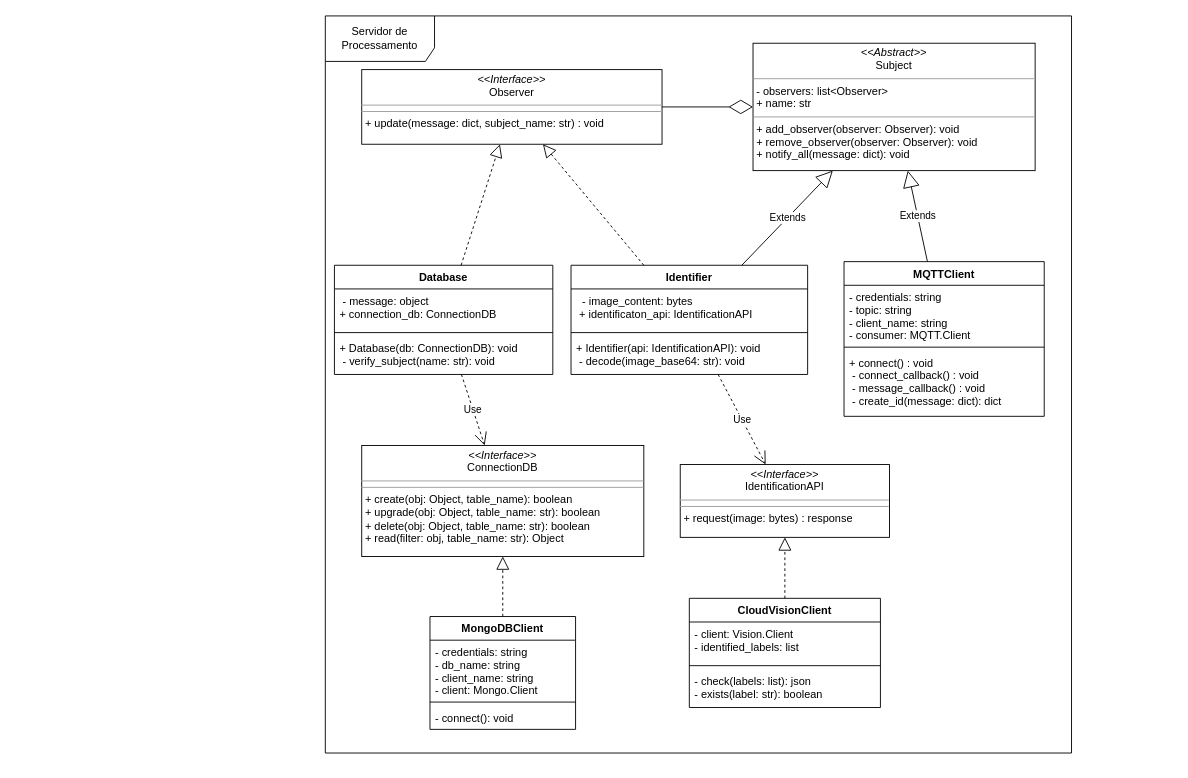
Above: schemas/processing-server-class-diagram.drawio in Smart-AniMon/docs (draw.io), before the change. Source tidied: cells renumbered, new cells numbered last; positions are measured from the earlier drawing's top-left corner, leaving out a move shared by most shapes. Both pictures are drawn from the tidied source at 91%, with x=0, y=0 at pixel (325, 15).
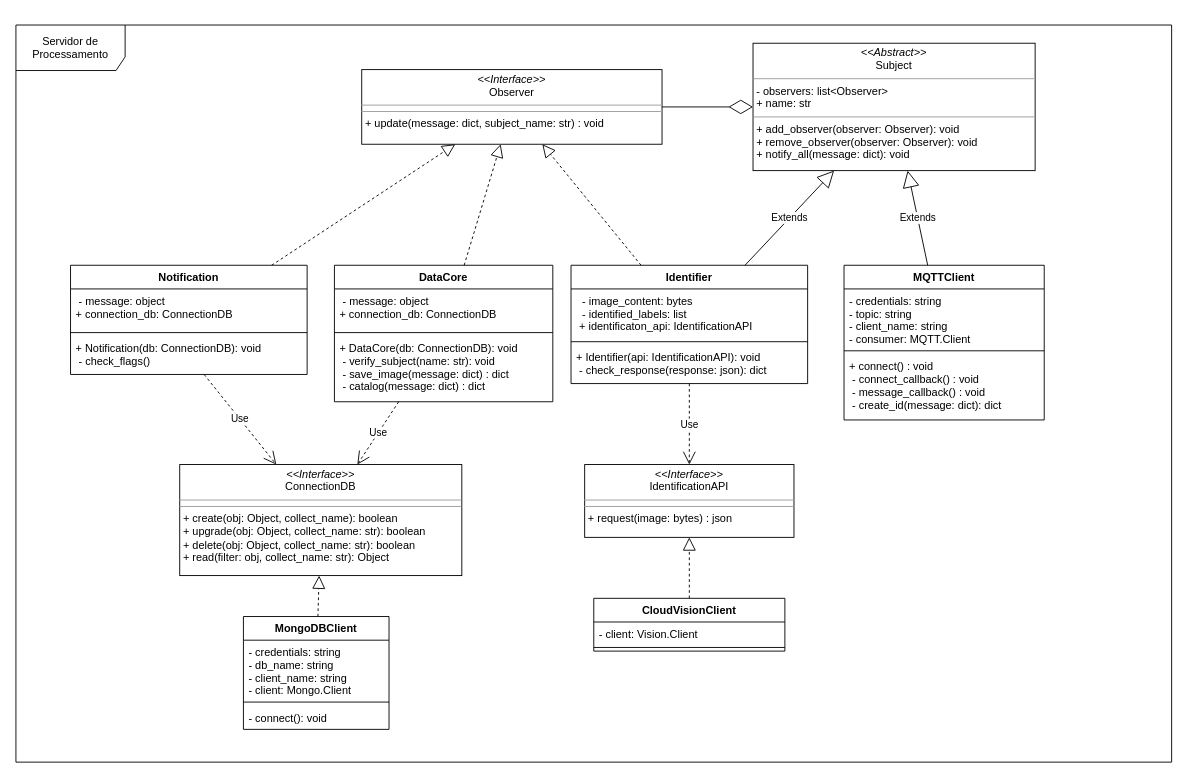
The same page after the edit.

Commit message (it also covers changes not shown here):
Update server class diagram

The change refers to these unchanged cells:
```xml
<mxCell id="8" value="&lt;p style=&quot;margin: 0px ; margin-top: 4px ; text-align: center&quot;&gt;&lt;i&gt;&amp;lt;&amp;lt;Interface&amp;gt;&amp;gt;&lt;/i&gt;&lt;br&gt;Observer&lt;/p&gt;&lt;hr size=&quot;1&quot;&gt;&lt;hr size=&quot;1&quot;&gt;&lt;p style=&quot;margin: 0px ; margin-left: 4px&quot;&gt;+ update(message: dict, subject_name: str) : void&lt;br&gt;&lt;/p&gt;" style="verticalAlign=top;align=left;overflow=fill;fontSize=12;fontFamily=Helvetica;html=1;" parent="1" vertex="1">
  <mxGeometry x="40" y="59" width="330" height="82" as="geometry" />
</mxCell>
```

The edit, as a diff of the source:
```diff
@@
     <mxCell id="2" value="Servidor de Processamento" style="shape=umlFrame;whiteSpace=wrap;html=1;width=120;height=50;" parent="1" vertex="1">
-      <mxGeometry width="820" height="810" as="geometry" />
+      <mxGeometry x="-340" y="10" width="1270" height="810" as="geometry" />
     </mxCell>
     <mxCell id="3" value="MQTTClient" style="swimlane;fontStyle=1;align=center;verticalAlign=top;horizontal=1;startSize=26;" parent="1" vertex="1">
-      <mxGeometry x="570" y="270" width="220" height="170" as="geometry" />
+      <mxGeometry x="570" y="274" width="220" height="170" as="geometry" />
     </mxCell>
@@
     <mxCell id="9" value="Identifier" style="swimlane;fontStyle=1;align=center;verticalAlign=top;horizontal=1;startSize=26;" parent="1" vertex="1">
-      <mxGeometry x="270" y="274" width="260" height="120" as="geometry" />
+      <mxGeometry x="270" y="274" width="260" height="130" as="geometry" />
     </mxCell>
-    <mxCell id="10" value="  - image_content: bytes&#10; + identificaton_api: IdentificationAPI&#10;" style="text;strokeColor=none;fillColor=none;align=left;verticalAlign=top;spacingLeft=4;spacingRight=4;overflow=hidden;" parent="9" vertex="1">
-      <mxGeometry y="26" width="260" height="44" as="geometry" />
+    <mxCell id="10" value="  - image_content: bytes&#10;  - identified_labels: list&#10; + identificaton_api: IdentificationAPI&#10;" style="text;strokeColor=none;fillColor=none;align=left;verticalAlign=top;spacingLeft=4;spacingRight=4;overflow=hidden;" parent="9" vertex="1">
+      <mxGeometry y="26" width="260" height="54" as="geometry" />
     </mxCell>
     <mxCell id="11" style="line;strokeWidth=1;fillColor=none;align=left;verticalAlign=middle;spacingTop=-1;spacingLeft=3;spacingRight=3;labelPosition=right;" parent="9" vertex="1">
-      <mxGeometry y="70" width="260" height="8" as="geometry" />
+      <mxGeometry y="80" width="260" height="8" as="geometry" />
     </mxCell>
-    <mxCell id="12" value="+ Identifier(api: IdentificationAPI): void&#10; - decode(image_base64: str): void" style="text;strokeColor=none;fillColor=none;align=left;verticalAlign=top;spacingLeft=4;spacingRight=4;overflow=hidden;" parent="9" vertex="1">
-      <mxGeometry y="78" width="260" height="42" as="geometry" />
+    <mxCell id="12" value="+ Identifier(api: IdentificationAPI): void&#10; - check_response(response: json): dict&#10;" style="text;strokeColor=none;fillColor=none;align=left;verticalAlign=top;spacingLeft=4;spacingRight=4;overflow=hidden;" parent="9" vertex="1">
+      <mxGeometry y="88" width="260" height="42" as="geometry" />
     </mxCell>
@@
-    <mxCell id="14" value="Database" style="swimlane;fontStyle=1;align=center;verticalAlign=top;horizontal=1;startSize=26;" parent="1" vertex="1">
-      <mxGeometry x="10" y="274" width="240" height="120" as="geometry" />
+    <mxCell id="14" value="DataCore" style="swimlane;fontStyle=1;align=center;verticalAlign=top;horizontal=1;startSize=26;" parent="1" vertex="1">
+      <mxGeometry x="10" y="274" width="240" height="150" as="geometry" />
     </mxCell>
@@
-    <mxCell id="17" value="+ Database(db: ConnectionDB): void&#10; - verify_subject(name: str): void" style="text;strokeColor=none;fillColor=none;align=left;verticalAlign=top;spacingLeft=4;spacingRight=4;overflow=hidden;" parent="14" vertex="1">
-      <mxGeometry y="78" width="240" height="42" as="geometry" />
+    <mxCell id="17" value="+ DataCore(db: ConnectionDB): void&#10; - verify_subject(name: str): void&#10; - save_image(message: dict) : dict&#10; - catalog(message: dict) : dict&#10;&#10;" style="text;strokeColor=none;fillColor=none;align=left;verticalAlign=top;spacingLeft=4;spacingRight=4;overflow=hidden;" parent="14" vertex="1">
+      <mxGeometry y="78" width="240" height="72" as="geometry" />
     </mxCell>
@@
-    <mxCell id="21" value="&lt;p style=&quot;margin: 0px ; margin-top: 4px ; text-align: center&quot;&gt;&lt;i&gt;&amp;lt;&amp;lt;Interface&amp;gt;&amp;gt;&lt;/i&gt;&lt;br&gt;ConnectionDB&lt;/p&gt;&lt;hr size=&quot;1&quot;&gt;&lt;hr size=&quot;1&quot;&gt;&lt;p style=&quot;margin: 0px ; margin-left: 4px&quot;&gt;+ create(obj: Object, table_name): boolean&lt;br&gt;+ upgrade(obj: Object, table_name: str): boolean&lt;/p&gt;&lt;p style=&quot;margin: 0px ; margin-left: 4px&quot;&gt;+ delete(obj: Object, table_name: str): boolean&lt;/p&gt;&lt;p style=&quot;margin: 0px ; margin-left: 4px&quot;&gt;+ read(filter: obj, table_name: str): Object &lt;br&gt;&lt;/p&gt;" style="verticalAlign=top;align=left;overflow=fill;fontSize=12;fontFamily=Helvetica;html=1;" parent="1" vertex="1">
-      <mxGeometry x="40" y="472" width="310" height="122" as="geometry" />
+    <mxCell id="21" value="&lt;p style=&quot;margin: 0px ; margin-top: 4px ; text-align: center&quot;&gt;&lt;i&gt;&amp;lt;&amp;lt;Interface&amp;gt;&amp;gt;&lt;/i&gt;&lt;br&gt;ConnectionDB&lt;/p&gt;&lt;hr size=&quot;1&quot;&gt;&lt;hr size=&quot;1&quot;&gt;&lt;p style=&quot;margin: 0px ; margin-left: 4px&quot;&gt;+ create(obj: Object, collect_name): boolean&lt;br&gt;+ upgrade(obj: Object, collect_name: str): boolean&lt;/p&gt;&lt;p style=&quot;margin: 0px ; margin-left: 4px&quot;&gt;+ delete(obj: Object, collect_name: str): boolean&lt;/p&gt;&lt;p style=&quot;margin: 0px ; margin-left: 4px&quot;&gt;+ read(filter: obj, collect_name: str): Object &lt;br&gt;&lt;/p&gt;" style="verticalAlign=top;align=left;overflow=fill;fontSize=12;fontFamily=Helvetica;html=1;" parent="1" vertex="1">
+      <mxGeometry x="-160" y="493" width="310" height="122" as="geometry" />
     </mxCell>
     <mxCell id="22" value="MongoDBClient" style="swimlane;fontStyle=1;align=center;verticalAlign=top;horizontal=1;startSize=26;" parent="1" vertex="1">
-      <mxGeometry x="115" y="660" width="160" height="124" as="geometry" />
+      <mxGeometry x="-90" y="660" width="160" height="124" as="geometry" />
     </mxCell>
@@
     <mxCell id="26" value="CloudVisionClient" style="swimlane;fontStyle=1;align=center;verticalAlign=top;horizontal=1;startSize=26;" parent="1" vertex="1">
-      <mxGeometry x="400" y="640" width="210" height="120" as="geometry" />
+      <mxGeometry x="295" y="640" width="210" height="58" as="geometry" />
     </mxCell>
-    <mxCell id="27" value="- client: Vision.Client&#10;- identified_labels: list&#10;&#10;" style="text;strokeColor=none;fillColor=none;align=left;verticalAlign=top;spacingLeft=4;spacingRight=4;overflow=hidden;" parent="26" vertex="1">
-      <mxGeometry y="26" width="210" height="44" as="geometry" />
+    <mxCell id="27" value="- client: Vision.Client" style="text;strokeColor=none;fillColor=none;align=left;verticalAlign=top;spacingLeft=4;spacingRight=4;overflow=hidden;" parent="26" vertex="1">
+      <mxGeometry y="26" width="210" height="24" as="geometry" />
     </mxCell>
     <mxCell id="28" style="line;strokeWidth=1;fillColor=none;align=left;verticalAlign=middle;spacingTop=-1;spacingLeft=3;spacingRight=3;labelPosition=right;" parent="26" vertex="1">
-      <mxGeometry y="70" width="210" height="8" as="geometry" />
+      <mxGeometry y="50" width="210" height="8" as="geometry" />
     </mxCell>
-    <mxCell id="29" value="- check(labels: list): json&#10;- exists(label: str): boolean&#10; " style="text;strokeColor=none;fillColor=none;align=left;verticalAlign=top;spacingLeft=4;spacingRight=4;overflow=hidden;" parent="26" vertex="1">
-      <mxGeometry y="78" width="210" height="42" as="geometry" />
-    </mxCell>
@@
-    <mxCell id="32" value="&lt;p style=&quot;margin: 0px ; margin-top: 4px ; text-align: center&quot;&gt;&lt;i&gt;&amp;lt;&amp;lt;Interface&amp;gt;&amp;gt;&lt;/i&gt;&lt;br&gt;IdentificationAPI&lt;/p&gt;&lt;hr size=&quot;1&quot;&gt;&lt;hr size=&quot;1&quot;&gt;&lt;p style=&quot;margin: 0px ; margin-left: 4px&quot;&gt;+ request(image: bytes) : response&lt;/p&gt;" style="verticalAlign=top;align=left;overflow=fill;fontSize=12;fontFamily=Helvetica;html=1;" parent="1" vertex="1">
-      <mxGeometry x="390" y="493" width="230" height="80" as="geometry" />
+    <mxCell id="32" value="&lt;p style=&quot;margin: 0px ; margin-top: 4px ; text-align: center&quot;&gt;&lt;i&gt;&amp;lt;&amp;lt;Interface&amp;gt;&amp;gt;&lt;/i&gt;&lt;br&gt;IdentificationAPI&lt;/p&gt;&lt;hr size=&quot;1&quot;&gt;&lt;hr size=&quot;1&quot;&gt;&lt;p style=&quot;margin: 0px ; margin-left: 4px&quot;&gt;+ request(image: bytes) : json&lt;/p&gt;" style="verticalAlign=top;align=left;overflow=fill;fontSize=12;fontFamily=Helvetica;html=1;" parent="1" vertex="1">
+      <mxGeometry x="285" y="493" width="230" height="80" as="geometry" />
     </mxCell>
@@
+    <mxCell id="36" value="Notification" style="swimlane;fontStyle=1;align=center;verticalAlign=top;horizontal=1;startSize=26;" parent="1" vertex="1">
+      <mxGeometry x="-280" y="274" width="260" height="120" as="geometry" />
+    </mxCell>
+    <mxCell id="37" value=" - message: object&#10;+ connection_db: ConnectionDB&#10;" style="text;strokeColor=none;fillColor=none;align=left;verticalAlign=top;spacingLeft=4;spacingRight=4;overflow=hidden;" parent="36" vertex="1">
+      <mxGeometry y="26" width="260" height="44" as="geometry" />
+    </mxCell>
+    <mxCell id="38" style="line;strokeWidth=1;fillColor=none;align=left;verticalAlign=middle;spacingTop=-1;spacingLeft=3;spacingRight=3;labelPosition=right;" parent="36" vertex="1">
+      <mxGeometry y="70" width="260" height="8" as="geometry" />
+    </mxCell>
+    <mxCell id="39" value="+ Notification(db: ConnectionDB): void&#10; - check_flags()&#10;" style="text;strokeColor=none;fillColor=none;align=left;verticalAlign=top;spacingLeft=4;spacingRight=4;overflow=hidden;points=[[0,0.5],[1,0.5]];portConstraint=eastwest;" parent="36" vertex="1">
+      <mxGeometry y="78" width="260" height="42" as="geometry" />
+    </mxCell>
+    <mxCell id="40" style="endArrow=block;dashed=1;endFill=0;endSize=12;html=1;" parent="1" edge="1" source="36" target="8">
+      <mxGeometry relative="1" as="geometry" />
+    </mxCell>
+    <mxCell id="41" value="Use" style="endArrow=open;endSize=12;dashed=1;html=1;" parent="1" edge="1" source="39" target="21">
+      <mxGeometry relative="1" as="geometry" />
+    </mxCell>
```
